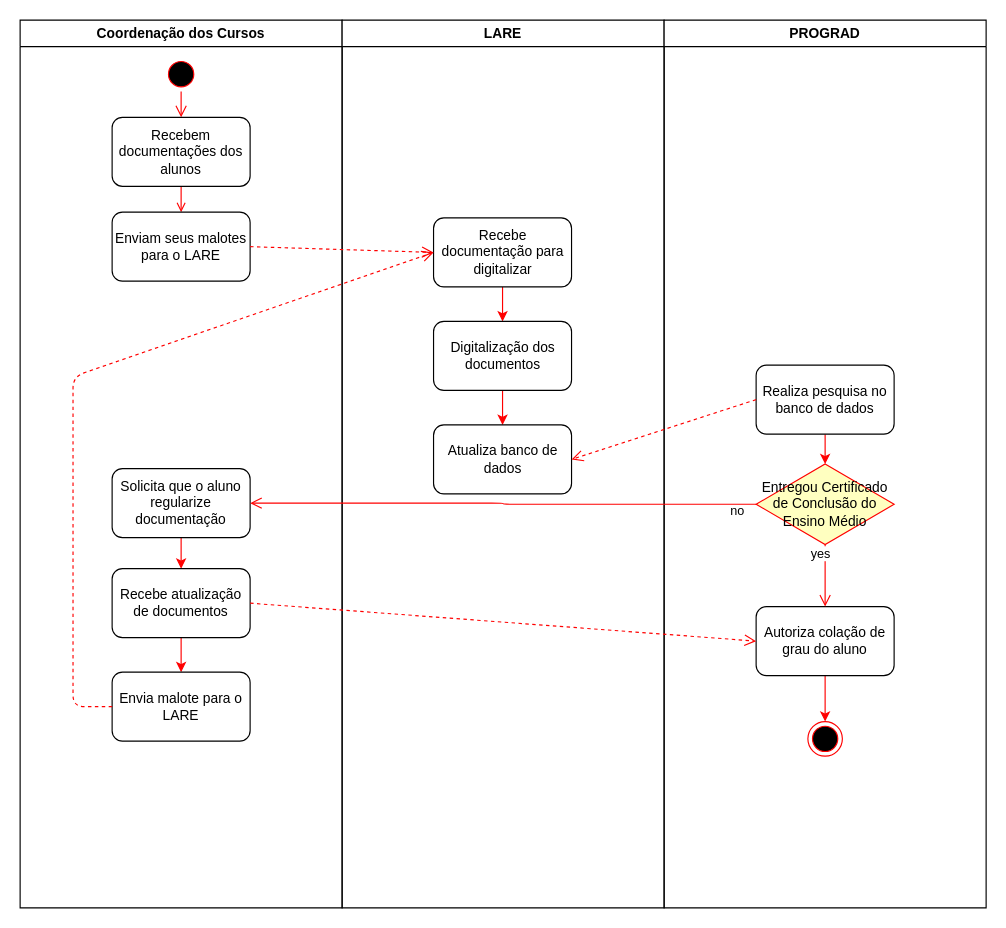
Before: tcc/Diagrama de Atividades BD.drawio in mymarol/TCC, a draw.io diagram. Source tidied: cells renumbered, new cells numbered last; positions are measured from the earlier drawing's top-left corner, leaving out a move shared by most shapes. Both pictures are drawn from the tidied source at 115%, with x=0, y=0 at pixel (20, 20).
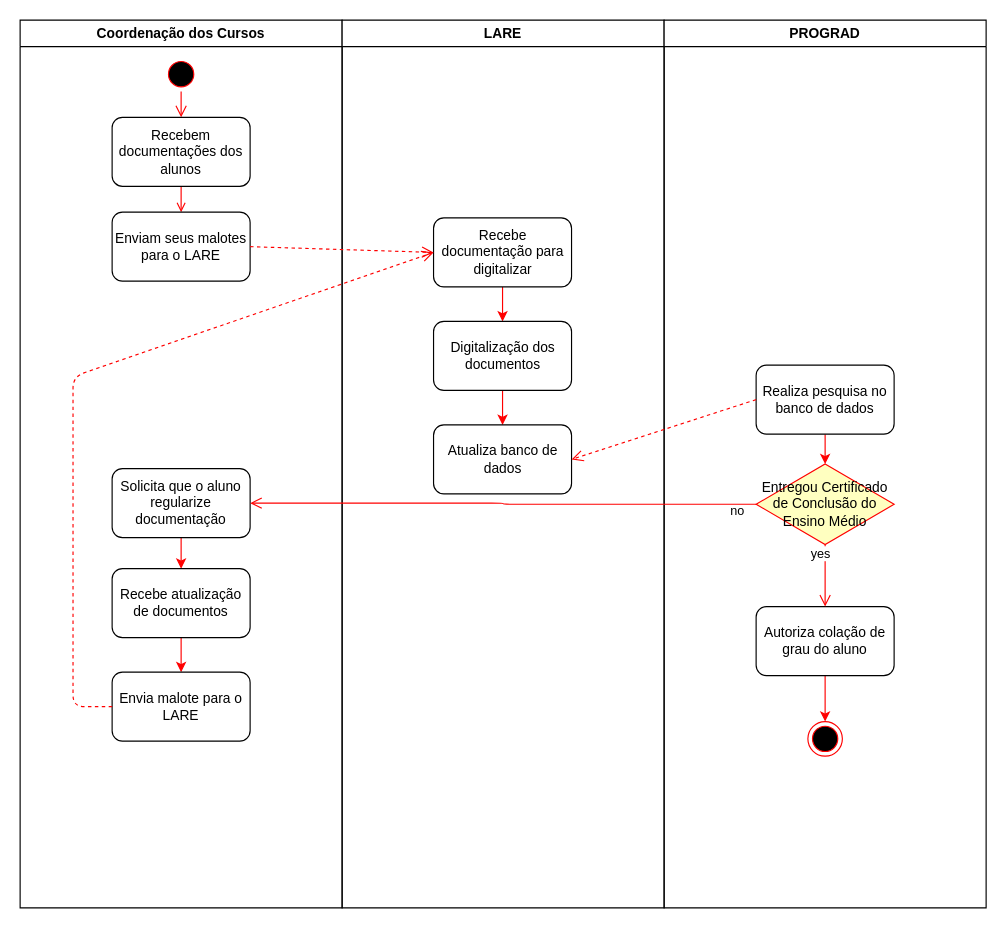
The same page after the edit.

The change refers to these unchanged cells:
```xml
<mxCell id="11" value="Recebe atualização de documentos" style="rounded=1;whiteSpace=wrap;html=1;" parent="2" vertex="1">
  <mxGeometry x="80" y="477" width="120" height="60" as="geometry" />
</mxCell>
<mxCell id="24" value="Autoriza colação de grau do aluno" style="rounded=1;whiteSpace=wrap;html=1;" parent="19" vertex="1">
  <mxGeometry x="80" y="510" width="120" height="60" as="geometry" />
</mxCell>
```

What changed in the source:
```diff
@@
-    <mxCell id="31" style="html=1;verticalAlign=bottom;endArrow=open;dashed=1;endSize=8;strokeColor=#FF0000;exitX=1;exitY=0.5;exitDx=0;exitDy=0;entryX=0;entryY=0.5;entryDx=0;entryDy=0;" parent="1" edge="1" source="11" target="24">
-      <mxGeometry relative="1" as="geometry" />
-    </mxCell>
```
